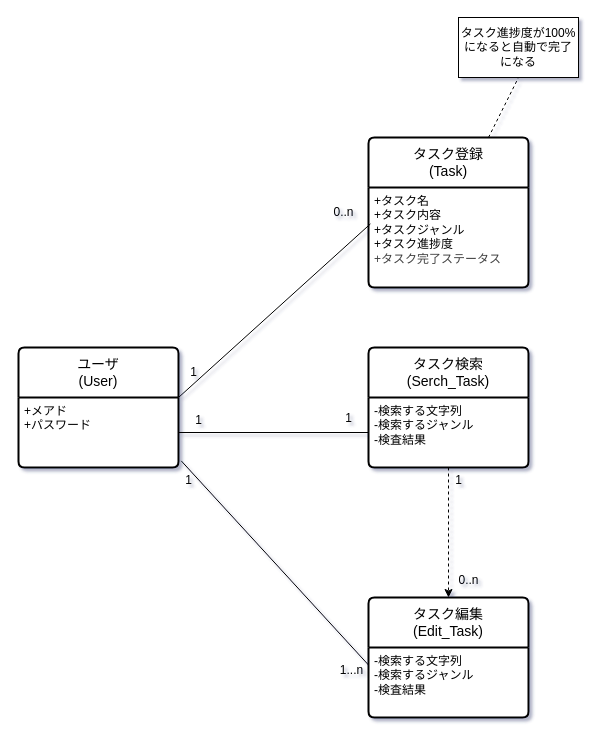
Above: DDD図/3-1 ドメインモデル図(クラスになる).drawio in OMOCHInoHOSHI/2025-ToDoapp (draw.io), before the change. Source tidied: cells renumbered, new cells numbered last; positions are measured from the earlier drawing's top-left corner, leaving out a move shared by most shapes. Both pictures are drawn from the tidied source at 100%, with x=0, y=0 at pixel (18, 17).
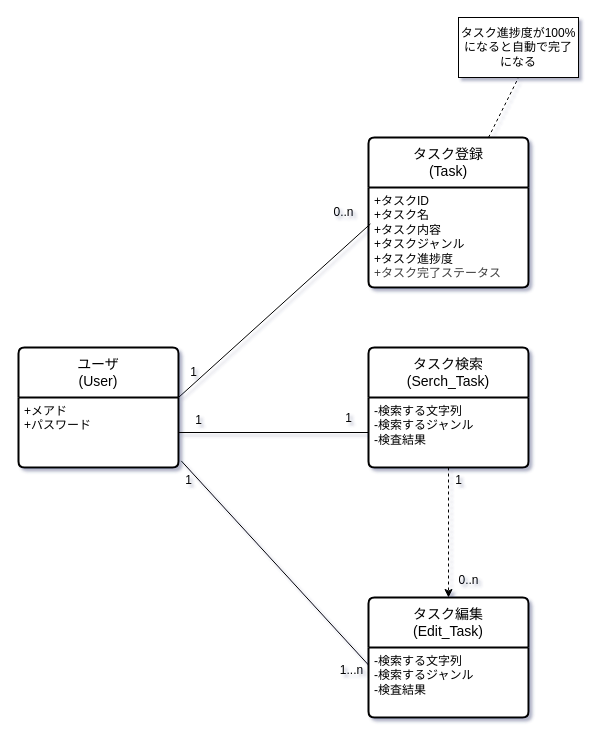
The same page after the edit.

Commit message (it also covers changes not shown here):
タスクID定義(ドメインモデル図)

The change refers to these unchanged cells:
```xml
<mxCell id="2" value="タスク登録&lt;br&gt;(Task)" style="swimlane;horizontal=1;startSize=50;rounded=1;fontSize=14;fontStyle=0;strokeWidth=2;shadow=0;dashed=0;align=center;arcSize=4;whiteSpace=wrap;html=1;swimlaneFillColor=default;" parent="1" vertex="1">
  <mxGeometry x="350" y="120" width="160" height="150" as="geometry" />
</mxCell>
```

The edit, as a diff of the source:
```diff
@@
-    <mxCell id="3" value="+タスク名&lt;div&gt;+タスク内容&lt;/div&gt;&lt;div&gt;+タスクジャンル&lt;/div&gt;&lt;div&gt;+タスク進捗度&lt;/div&gt;&lt;div&gt;&lt;span style=&quot;color: rgb(63, 63, 63);&quot;&gt;+タスク完了ステータス&lt;/span&gt;&lt;/div&gt;" style="align=left;strokeColor=none;fillColor=none;spacingLeft=4;fontSize=12;verticalAlign=top;html=1;" parent="2" vertex="1">
+    <mxCell id="3" value="&lt;div&gt;+タスクID&lt;/div&gt;+タスク名&lt;div&gt;+タスク内容&lt;/div&gt;&lt;div&gt;+タスクジャンル&lt;/div&gt;&lt;div&gt;+タスク進捗度&lt;/div&gt;&lt;div&gt;&lt;span style=&quot;color: rgb(63, 63, 63);&quot;&gt;+タスク完了ステータス&lt;/span&gt;&lt;/div&gt;" style="align=left;strokeColor=none;fillColor=none;spacingLeft=4;fontSize=12;verticalAlign=top;html=1;" parent="2" vertex="1">
       <mxGeometry y="50" width="160" height="100" as="geometry" />
     </mxCell>
```
